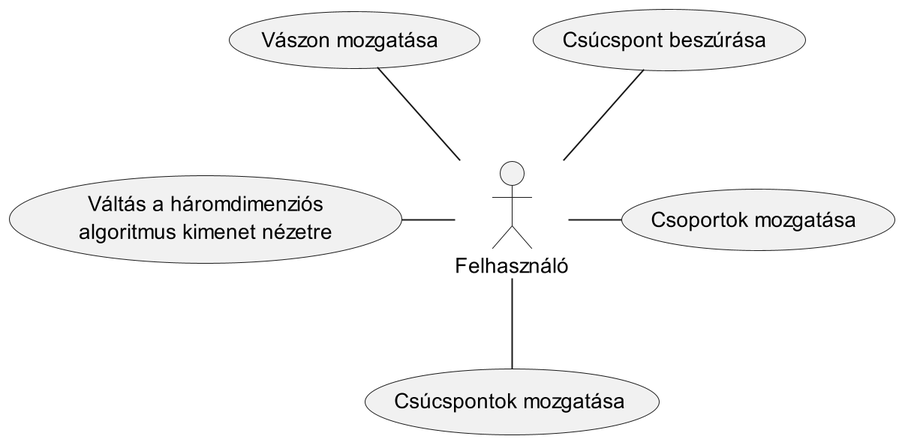
This is Thesis/images/usecase_visual_editor.png from Isti01/PolygonSDF, a PlantUML export, as it was before one commit.
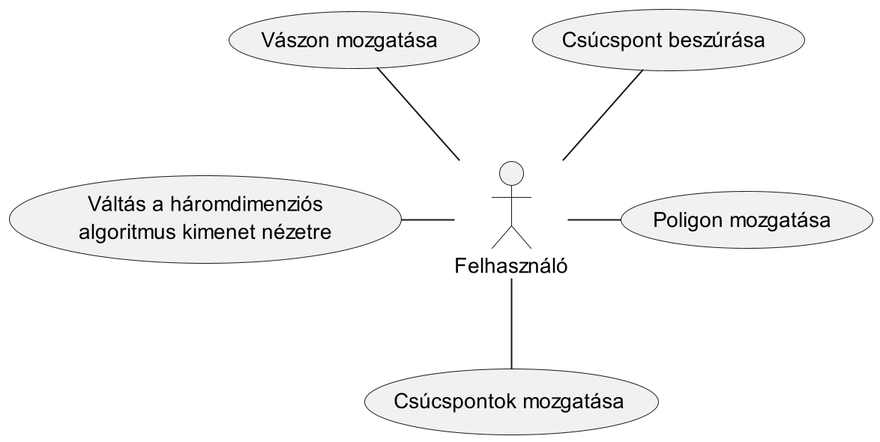
After the change.

Change to the diagram source:
```diff
@@ -3,7 +3,7 @@
 :Felhasználó: as user
 
 (Csúcspontok mozgatása) as move_vertex
-(Csoportok mozgatása) as move_group
+(Poligon mozgatása) as move_group
 (Vászon mozgatása) as pan_and_zoom
 (Csúcspont beszúrása) as insert_vertex
 (Váltás a háromdimenziós\nalgoritmus kimenet nézetre) as switch_to_3d_view
```
